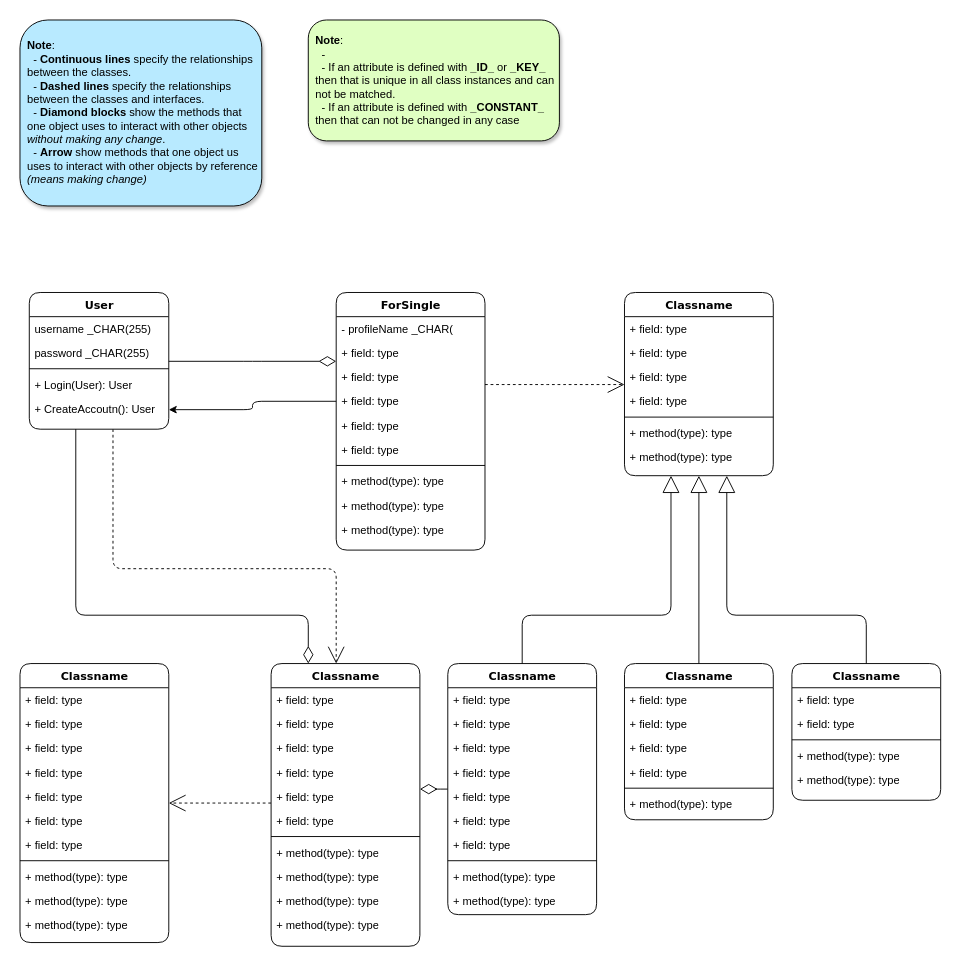
The draw.io diagram Class_Diagram.drawio in KyoTranKMA/DRP-Website, before the edit. Source tidied: cells renumbered, new cells numbered last; positions are measured from the earlier drawing's top-left corner, leaving out a move shared by most shapes. Both pictures are drawn from the tidied source at 93%, with x=0, y=0 at pixel (20, 20).
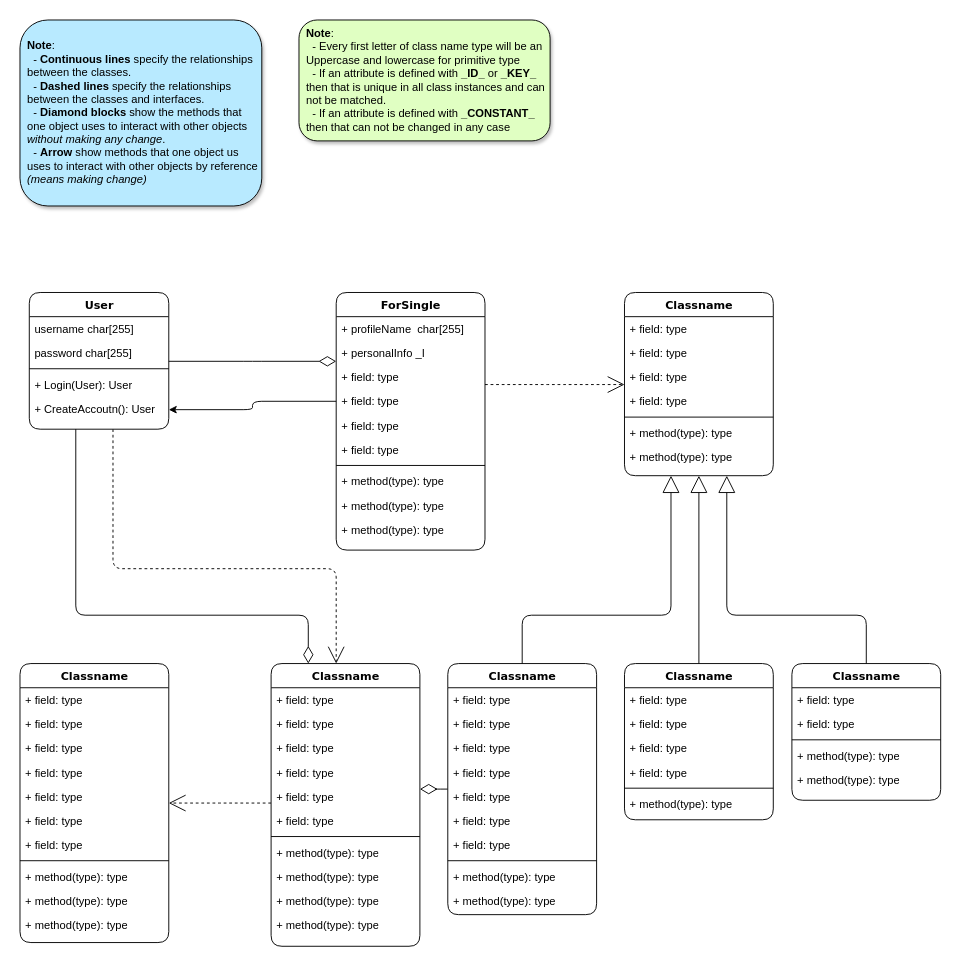
The same diagram, later.

The change refers to these unchanged cells:
```xml
<mxCell id="3" value="User" style="swimlane;html=1;fontStyle=1;align=center;verticalAlign=top;horizontal=1;startSize=26;swimlaneFillColor=#ffffff;rounded=1;shadow=0;comic=0;labelBackgroundColor=none;strokeWidth=1;fillColor=none;fontFamily=Verdana;fontSize=12;" parent="1" vertex="1">
  <mxGeometry x="10" y="293" width="150" height="147" as="geometry" />
</mxCell>
<mxCell id="10" value="ForSingle" style="swimlane;html=1;fontStyle=1;align=center;verticalAlign=top;horizontal=1;startSize=26;swimlaneFillColor=#ffffff;rounded=1;shadow=0;comic=0;labelBackgroundColor=none;strokeWidth=1;fillColor=none;fontFamily=Verdana;fontSize=12;" parent="1" vertex="1">
  <mxGeometry x="340" y="293" width="160" height="277" as="geometry" />
</mxCell>
```

What changed in the source:
```diff
@@
-    <mxCell id="4" value="username _CHAR(255)&lt;span style=&quot;white-space: pre;&quot;&gt;&#9;&lt;/span&gt;" style="text;html=1;strokeColor=none;fillColor=none;align=left;verticalAlign=top;spacingLeft=4;spacingRight=4;whiteSpace=wrap;overflow=hidden;labelBackgroundColor=none;rounded=1;" parent="3" vertex="1">
+    <mxCell id="4" value="username char[255]&lt;span style=&quot;white-space: pre;&quot;&gt;&#9;&lt;/span&gt;" style="text;html=1;strokeColor=none;fillColor=none;align=left;verticalAlign=top;spacingLeft=4;spacingRight=4;whiteSpace=wrap;overflow=hidden;labelBackgroundColor=none;rounded=1;" parent="3" vertex="1">
       <mxGeometry y="26" width="150" height="26" as="geometry" />
     </mxCell>
-    <mxCell id="5" value="password _CHAR(255)" style="text;html=1;strokeColor=none;fillColor=none;align=left;verticalAlign=top;spacingLeft=4;spacingRight=4;whiteSpace=wrap;overflow=hidden;labelBackgroundColor=none;rounded=1;" parent="3" vertex="1">
+    <mxCell id="5" value="password char[255]" style="text;html=1;strokeColor=none;fillColor=none;align=left;verticalAlign=top;spacingLeft=4;spacingRight=4;whiteSpace=wrap;overflow=hidden;labelBackgroundColor=none;rounded=1;" parent="3" vertex="1">
       <mxGeometry y="52" width="150" height="26" as="geometry" />
     </mxCell>
@@
-    <mxCell id="11" value="- profileName _CHAR(" style="text;html=1;strokeColor=none;fillColor=none;align=left;verticalAlign=top;spacingLeft=4;spacingRight=4;whiteSpace=wrap;overflow=hidden;labelBackgroundColor=none;rounded=1;" parent="10" vertex="1">
+    <mxCell id="11" value="+ profileName&amp;nbsp; char[255]" style="text;html=1;strokeColor=none;fillColor=none;align=left;verticalAlign=top;spacingLeft=4;spacingRight=4;whiteSpace=wrap;overflow=hidden;labelBackgroundColor=none;rounded=1;" parent="10" vertex="1">
       <mxGeometry y="26" width="160" height="26" as="geometry" />
     </mxCell>
-    <mxCell id="12" value="+ field: type" style="text;html=1;strokeColor=none;fillColor=none;align=left;verticalAlign=top;spacingLeft=4;spacingRight=4;whiteSpace=wrap;overflow=hidden;labelBackgroundColor=none;rounded=1;" parent="10" vertex="1">
+    <mxCell id="12" value="+ personalInfo _I" style="text;html=1;strokeColor=none;fillColor=none;align=left;verticalAlign=top;spacingLeft=4;spacingRight=4;whiteSpace=wrap;overflow=hidden;labelBackgroundColor=none;rounded=1;" parent="10" vertex="1">
       <mxGeometry y="52" width="160" height="26" as="geometry" />
     </mxCell>
@@
-    <mxCell id="86" value="&lt;b&gt;Note&lt;/b&gt;:&amp;nbsp;&lt;br&gt;&amp;nbsp; -&amp;nbsp;&lt;br&gt;&amp;nbsp; - If an attribute is defined with &lt;b&gt;_ID_&amp;nbsp;&lt;/b&gt;or &lt;b&gt;_KEY_ &lt;/b&gt;then that is unique in all class instances and can not be matched.&amp;nbsp;&lt;br&gt;&amp;nbsp; - If an attribute is defined with &lt;b&gt;_CONSTANT_ &lt;/b&gt;then that can not be changed in any case" style="rounded=1;html=1;fillColor=#E0FFC2;align=left;labelBackgroundColor=none;whiteSpace=wrap;spacing=3;spacingLeft=5;glass=0;shadow=1;" parent="1" vertex="1">
-      <mxGeometry x="310" width="270" height="130" as="geometry" />
+    <mxCell id="86" value="&lt;b&gt;Note&lt;/b&gt;:&amp;nbsp;&lt;br&gt;&amp;nbsp; - Every first letter of class name type will be an Uppercase and lowercase for primitive type&lt;br&gt;&amp;nbsp; - If an attribute is defined with &lt;b&gt;_ID_&amp;nbsp;&lt;/b&gt;or &lt;b&gt;_KEY_ &lt;/b&gt;then that is unique in all class instances and can not be matched.&amp;nbsp;&lt;br&gt;&amp;nbsp; - If an attribute is defined with &lt;b&gt;_CONSTANT_ &lt;/b&gt;then that can not be changed in any case" style="rounded=1;html=1;fillColor=#E0FFC2;align=left;labelBackgroundColor=none;whiteSpace=wrap;spacing=3;spacingLeft=5;glass=0;shadow=1;" parent="1" vertex="1">
+      <mxGeometry x="300" width="270" height="130" as="geometry" />
     </mxCell>
```
